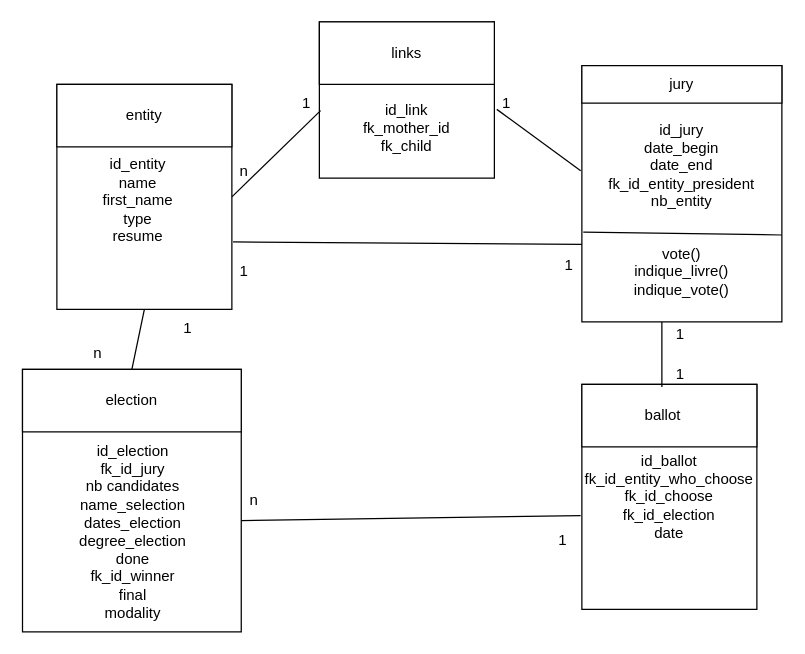
Above: Diagramme_des_classes.drawio in phpfms/Eval_Goncourt (draw.io), before the change. Source tidied: cells renumbered, new cells numbered last; positions are measured from the earlier drawing's top-left corner, leaving out a move shared by most shapes. Both pictures are drawn from the tidied source at 125%, with x=0, y=0 at pixel (21, 21).
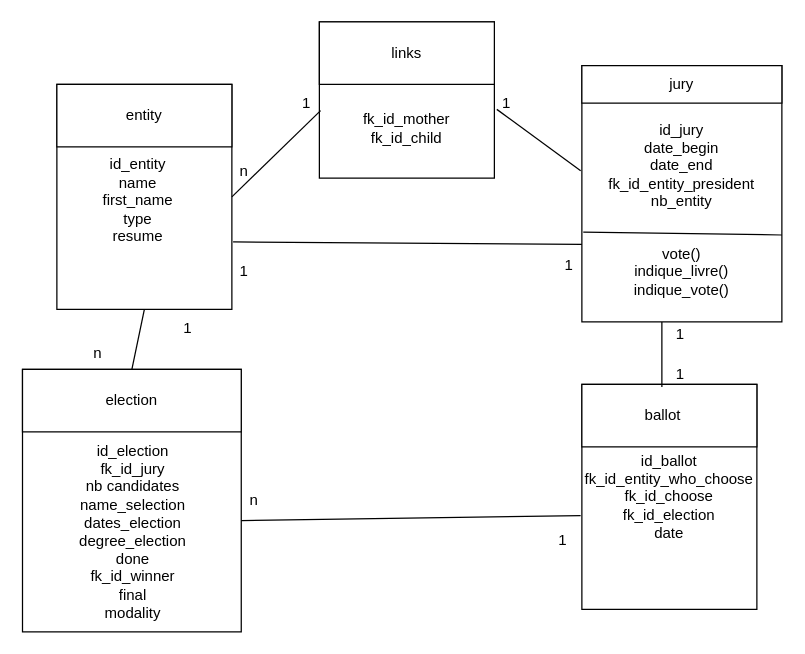
Above is the later version.

Commit message:
modifs details

Change to the diagram source:
```diff
@@
-    <mxCell id="30" value="&lt;div&gt;id_link&lt;/div&gt;fk_mother_id&lt;div&gt;&lt;div&gt;fk_child&lt;/div&gt;&lt;/div&gt;" style="text;html=1;whiteSpace=wrap;strokeColor=none;fillColor=none;align=center;verticalAlign=middle;rounded=0;" parent="1" vertex="1">
-      <mxGeometry x="263" y="55" width="90" height="60" as="geometry" />
+    <mxCell id="30" value="&lt;div&gt;&lt;span style=&quot;background-color: transparent; color: light-dark(rgb(0, 0, 0), rgb(255, 255, 255));&quot;&gt;fk_id_mother&lt;/span&gt;&lt;/div&gt;&lt;div&gt;&lt;div&gt;fk_id_child&lt;/div&gt;&lt;/div&gt;" style="text;html=1;whiteSpace=wrap;strokeColor=none;fillColor=none;align=center;verticalAlign=middle;rounded=0;" parent="1" vertex="1">
+      <mxGeometry x="263" y="65" width="90" height="40" as="geometry" />
     </mxCell>
```
